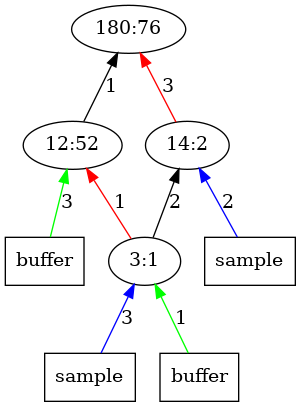
This is outputImages/op76.png.png from AbhikKhan/MTP_IITG, a Graphviz export, as it was before one commit. Its source is kept beside it as outputTrees/op76.dot. Source of this version:
```dot
digraph Tree{
	rankdir="BT"
	1 [label = "180:76"];
	x22 -> 2 [label = "3", color = "green"];
	x22 [label = "buffer", shape = "box"];
	2 -> 1 [label = "1", color = "black"];
	2 [label = "12:52"];
	3 -> 1 [label = "3", color = "red"];
	x31 -> 3 [label = "2", color = "blue"];
	x31 [label = "sample", shape = "box"];
	3 [label = "14:2"];
	4 -> 3 [label = "2", color = "black"];
	4 -> 2 [label = "1", color = "red"];
	x41 -> 4 [label = "3", color = "blue"];
	x41 [label = "sample", shape = "box"];
	x42 -> 4 [label = "1", color = "green"];
	x42 [label = "buffer", shape = "box"];
	4 [label = "3:1"];
}
```
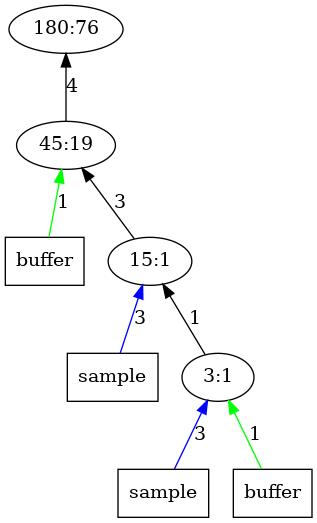
After the commit.

What changed in the source:
```diff
@@ -1,16 +1,15 @@
 digraph Tree{
 	rankdir="BT"
 	1 [label = "180:76"];
-	x22 -> 2 [label = "3", color = "green"];
+	x22 -> 2 [label = "1", color = "green"];
 	x22 [label = "buffer", shape = "box"];
-	2 -> 1 [label = "1", color = "black"];
-	2 [label = "12:52"];
-	3 -> 1 [label = "3", color = "red"];
-	x31 -> 3 [label = "2", color = "blue"];
+	2 -> 1 [label = "4", color = "black"];
+	2 [label = "45:19"];
+	3 -> 2 [label = "3", color = "black"];
+	x31 -> 3 [label = "3", color = "blue"];
 	x31 [label = "sample", shape = "box"];
-	3 [label = "14:2"];
-	4 -> 3 [label = "2", color = "black"];
-	4 -> 2 [label = "1", color = "red"];
+	3 [label = "15:1"];
+	4 -> 3 [label = "1", color = "black"];
 	x41 -> 4 [label = "3", color = "blue"];
 	x41 [label = "sample", shape = "box"];
 	x42 -> 4 [label = "1", color = "green"];
```
